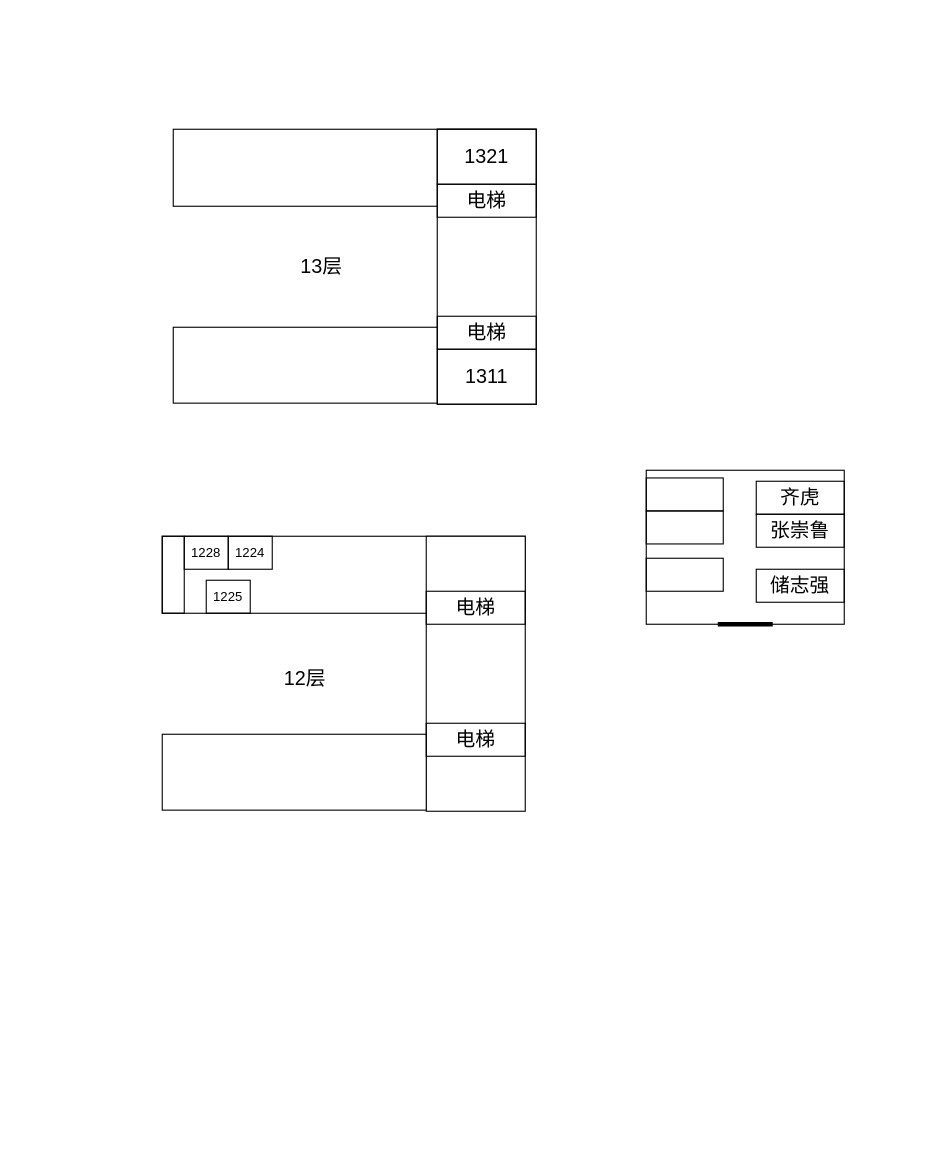
The draw.io diagram page "新疆兵团" (6 of 6) of 红盾.drawio in igaotang/flowchart, before the edit. Source tidied: cells renumbered, new cells numbered last; positions are measured from the earlier drawing's top-left corner, leaving out a move shared by most shapes. Both pictures are drawn from the tidied source at 110%, with x=0, y=0 at pixel (162, 129).
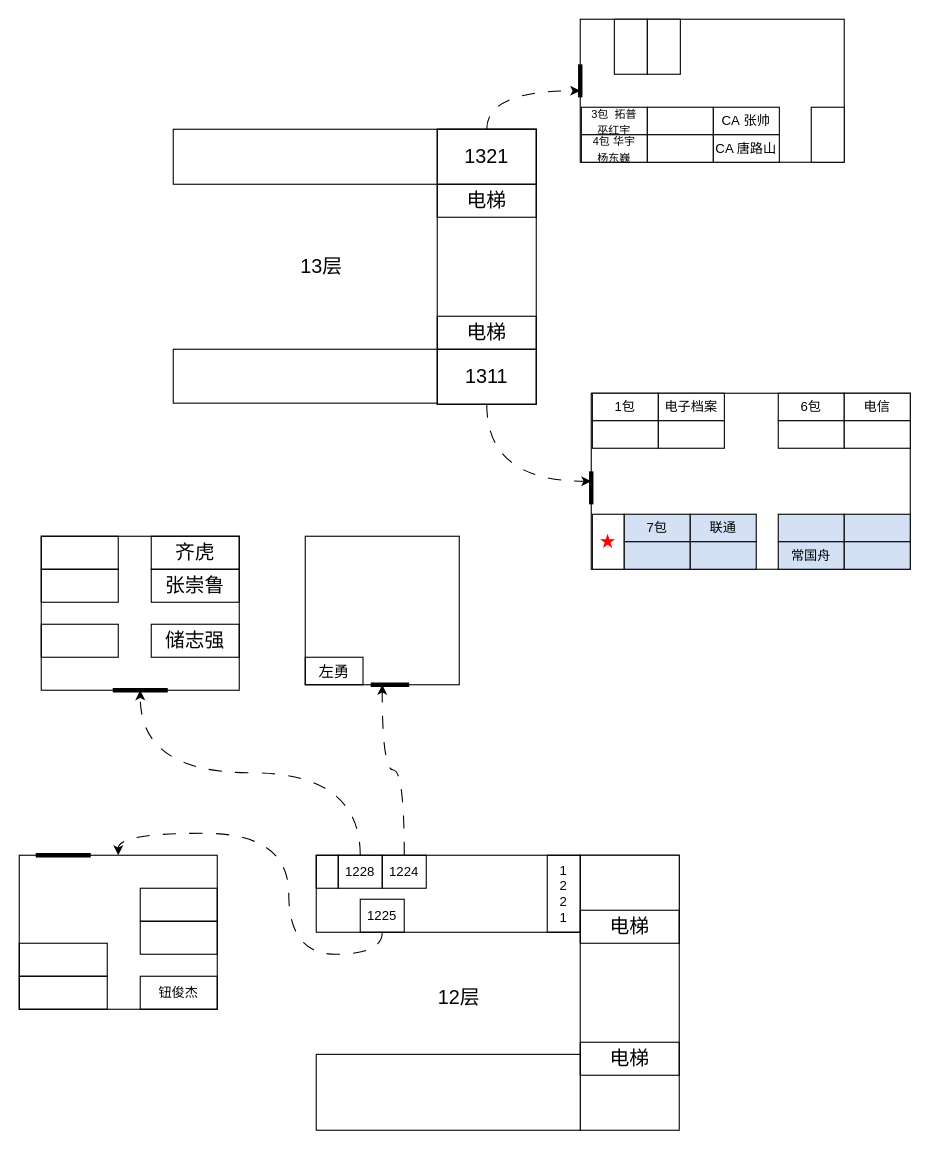
Above is the later version.

Unchanged cells that the change refers to:
```xml
<mxCell id="5" value="&lt;font style=&quot;font-size: 18px;&quot;&gt;1321&lt;/font&gt;" style="rounded=0;whiteSpace=wrap;html=1;fillColor=none;strokeColor=default;" parent="1" vertex="1">
  <mxGeometry x="250" width="90" height="50" as="geometry" />
</mxCell>
<mxCell id="7" value="&lt;font style=&quot;font-size: 18px;&quot;&gt;1311&lt;/font&gt;" style="rounded=0;whiteSpace=wrap;html=1;fillColor=none;strokeColor=default;" parent="1" vertex="1">
  <mxGeometry x="250" y="200" width="90" height="50" as="geometry" />
</mxCell>
```

What changed in the source:
```diff
@@
     <mxCell id="2" style="rounded=0;whiteSpace=wrap;html=1;" parent="1" vertex="1">
-      <mxGeometry x="10" width="330" height="70" as="geometry" />
+      <mxGeometry x="10" width="330" height="50" as="geometry" />
     </mxCell>
@@
     <mxCell id="4" style="rounded=0;whiteSpace=wrap;html=1;" parent="1" vertex="1">
-      <mxGeometry x="10" y="180" width="240" height="69" as="geometry" />
+      <mxGeometry x="10" y="200" width="240" height="49" as="geometry" />
     </mxCell>
+    <mxCell id="28" style="edgeStyle=orthogonalEdgeStyle;rounded=0;jettySize=auto;html=1;exitX=0.5;exitY=0;exitDx=0;exitDy=0;entryX=0;entryY=0.5;entryDx=0;entryDy=0;curved=1;dashed=1;dashPattern=12 12;" parent="1" edge="1" source="5" target="69">
+      <mxGeometry relative="1" as="geometry" />
+    </mxCell>
@@
+    <mxCell id="29" style="edgeStyle=orthogonalEdgeStyle;rounded=0;jettySize=auto;html=1;exitX=0.5;exitY=1;exitDx=0;exitDy=0;curved=1;dashed=1;dashPattern=12 12;" parent="1" edge="1" source="7" target="49">
+      <mxGeometry relative="1" as="geometry" />
+    </mxCell>
@@
-    <mxCell id="9" style="rounded=0;whiteSpace=wrap;html=1;" parent="1" vertex="1">
-      <mxGeometry y="370" width="330" height="70" as="geometry" />
-    </mxCell>
-    <mxCell id="10" style="rounded=0;whiteSpace=wrap;html=1;" parent="1" vertex="1">
-      <mxGeometry x="240" y="370" width="90" height="250" as="geometry" />
-    </mxCell>
-    <mxCell id="11" style="rounded=0;whiteSpace=wrap;html=1;" parent="1" vertex="1">
-      <mxGeometry y="550" width="240" height="69" as="geometry" />
-    </mxCell>
-    <mxCell id="12" style="rounded=0;whiteSpace=wrap;html=1;fillColor=none;strokeColor=default;" parent="1" vertex="1">
-      <mxGeometry y="370" width="20" height="70" as="geometry" />
-    </mxCell>
-    <mxCell id="13" value="&lt;span style=&quot;font-size: 18px;&quot;&gt;电梯&lt;/span&gt;" style="rounded=0;whiteSpace=wrap;html=1;fillColor=none;strokeColor=default;" parent="1" vertex="1">
-      <mxGeometry x="240" y="420" width="90" height="30" as="geometry" />
-    </mxCell>
-    <mxCell id="14" value="&lt;span style=&quot;font-size: 18px;&quot;&gt;电梯&lt;/span&gt;" style="rounded=0;whiteSpace=wrap;html=1;fillColor=none;strokeColor=default;" parent="1" vertex="1">
-      <mxGeometry x="240" y="540" width="90" height="30" as="geometry" />
-    </mxCell>
@@
-    <mxCell id="16" value="&lt;font style=&quot;font-size: 18px;&quot;&gt;12层&lt;/font&gt;" style="rounded=0;whiteSpace=wrap;html=1;fillColor=none;strokeColor=none;" parent="1" vertex="1">
-      <mxGeometry x="85" y="475" width="90" height="50" as="geometry" />
-    </mxCell>
-    <mxCell id="17" value="1228" style="rounded=0;whiteSpace=wrap;html=1;fillColor=none;strokeColor=default;" parent="1" vertex="1">
-      <mxGeometry x="20" y="370" width="40" height="30" as="geometry" />
-    </mxCell>
-    <mxCell id="18" value="1224" style="rounded=0;whiteSpace=wrap;html=1;fillColor=none;strokeColor=default;" parent="1" vertex="1">
-      <mxGeometry x="60" y="370" width="40" height="30" as="geometry" />
-    </mxCell>
-    <mxCell id="19" value="1225" style="rounded=0;whiteSpace=wrap;html=1;fillColor=none;strokeColor=default;" parent="1" vertex="1">
-      <mxGeometry x="40" y="410" width="40" height="30" as="geometry" />
-    </mxCell>
+    <mxCell id="30" style="edgeStyle=orthogonalEdgeStyle;rounded=0;jettySize=auto;html=1;exitX=0.5;exitY=0;exitDx=0;exitDy=0;curved=1;dashed=1;dashPattern=12 12;" parent="1" edge="1" source="17" target="20">
+      <mxGeometry relative="1" as="geometry" />
+    </mxCell>
+    <mxCell id="31" style="edgeStyle=orthogonalEdgeStyle;rounded=0;jettySize=auto;html=1;exitX=0.5;exitY=0;exitDx=0;exitDy=0;curved=1;dashed=1;dashPattern=12 12;" parent="1" edge="1" source="18" target="34">
+      <mxGeometry relative="1" as="geometry" />
+    </mxCell>
+    <mxCell id="32" style="group;" parent="1" vertex="1">
+      <mxGeometry x="-110" y="370" width="180" height="140" as="geometry" />
+    </mxCell>
-    <mxCell id="20" style="rounded=0;whiteSpace=wrap;html=1;" parent="1" vertex="1">
-      <mxGeometry x="440" y="310" width="180" height="140" as="geometry" />
+    <mxCell id="20" style="rounded=0;whiteSpace=wrap;html=1;" parent="32" vertex="1">
+      <mxGeometry width="180" height="140" as="geometry" />
     </mxCell>
-    <mxCell id="21" style="endArrow=none;html=1;rounded=0;strokeWidth=4;" parent="1" edge="1">
+    <mxCell id="21" style="endArrow=none;html=1;rounded=0;strokeWidth=4;" parent="32" edge="1">
       <mxGeometry relative="1" as="geometry">
-        <mxPoint x="505" y="450" as="sourcePoint" />
-        <mxPoint x="555" y="450" as="targetPoint" />
+        <mxPoint x="65" y="140" as="sourcePoint" />
+        <mxPoint x="115" y="140" as="targetPoint" />
       </mxGeometry>
     </mxCell>
-    <mxCell id="22" value="&lt;span style=&quot;font-size: 18px;&quot;&gt;储志强&lt;/span&gt;" style="rounded=0;whiteSpace=wrap;html=1;fillColor=none;strokeColor=default;" parent="1" vertex="1">
-      <mxGeometry x="540" y="400" width="80" height="30" as="geometry" />
+    <mxCell id="22" value="&lt;span style=&quot;font-size: 18px;&quot;&gt;储志强&lt;/span&gt;" style="rounded=0;whiteSpace=wrap;html=1;fillColor=none;strokeColor=default;" parent="32" vertex="1">
+      <mxGeometry x="100" y="80" width="80" height="30" as="geometry" />
     </mxCell>
-    <mxCell id="23" value="&lt;span style=&quot;font-size: 18px;&quot;&gt;齐虎&lt;/span&gt;" style="rounded=0;whiteSpace=wrap;html=1;fillColor=none;strokeColor=default;" parent="1" vertex="1">
-      <mxGeometry x="540" y="320" width="80" height="30" as="geometry" />
+    <mxCell id="23" value="&lt;span style=&quot;font-size: 18px;&quot;&gt;齐虎&lt;/span&gt;" style="rounded=0;whiteSpace=wrap;html=1;fillColor=none;strokeColor=default;" parent="32" vertex="1">
+      <mxGeometry x="100" width="80" height="30" as="geometry" />
     </mxCell>
-    <mxCell id="24" value="&lt;span style=&quot;font-size: 18px;&quot;&gt;张崇鲁&lt;/span&gt;" style="rounded=0;whiteSpace=wrap;html=1;fillColor=none;strokeColor=default;" parent="1" vertex="1">
-      <mxGeometry x="540" y="350" width="80" height="30" as="geometry" />
+    <mxCell id="24" value="&lt;span style=&quot;font-size: 18px;&quot;&gt;张崇鲁&lt;/span&gt;" style="rounded=0;whiteSpace=wrap;html=1;fillColor=none;strokeColor=default;" parent="32" vertex="1">
+      <mxGeometry x="100" y="30" width="80" height="30" as="geometry" />
     </mxCell>
-    <mxCell id="25" style="rounded=0;whiteSpace=wrap;html=1;fillColor=none;strokeColor=default;" parent="1" vertex="1">
-      <mxGeometry x="440" y="317" width="70" height="30" as="geometry" />
+    <mxCell id="25" style="rounded=0;whiteSpace=wrap;html=1;fillColor=none;strokeColor=default;" parent="32" vertex="1">
+      <mxGeometry width="70" height="30" as="geometry" />
     </mxCell>
-    <mxCell id="26" style="rounded=0;whiteSpace=wrap;html=1;fillColor=none;strokeColor=default;" parent="1" vertex="1">
-      <mxGeometry x="440" y="347" width="70" height="30" as="geometry" />
+    <mxCell id="26" style="rounded=0;whiteSpace=wrap;html=1;fillColor=none;strokeColor=default;" parent="32" vertex="1">
+      <mxGeometry y="30" width="70" height="30" as="geometry" />
     </mxCell>
-    <mxCell id="27" style="rounded=0;whiteSpace=wrap;html=1;fillColor=none;strokeColor=default;" parent="1" vertex="1">
-      <mxGeometry x="440" y="390" width="70" height="30" as="geometry" />
+    <mxCell id="27" style="rounded=0;whiteSpace=wrap;html=1;fillColor=none;strokeColor=default;" parent="32" vertex="1">
+      <mxGeometry y="80" width="70" height="30" as="geometry" />
     </mxCell>
+    <mxCell id="33" style="group;" parent="1" vertex="1">
+      <mxGeometry x="130" y="370" width="140" height="135" as="geometry" />
+    </mxCell>
+    <mxCell id="34" style="rounded=0;whiteSpace=wrap;html=1;" parent="33" vertex="1">
+      <mxGeometry width="140" height="135" as="geometry" />
+    </mxCell>
+    <mxCell id="35" style="endArrow=none;html=1;rounded=0;strokeWidth=4;" parent="33" edge="1">
+      <mxGeometry relative="1" as="geometry">
+        <mxPoint x="59.5" y="135" as="sourcePoint" />
+        <mxPoint x="94.5" y="135" as="targetPoint" />
+      </mxGeometry>
+    </mxCell>
+    <mxCell id="36" value="&lt;font style=&quot;font-size: 14px;&quot;&gt;左勇&lt;/font&gt;" style="rounded=0;whiteSpace=wrap;html=1;fillColor=none;strokeColor=default;" parent="33" vertex="1">
+      <mxGeometry y="110" width="52.5" height="25" as="geometry" />
+    </mxCell>
+    <mxCell id="37" style="group;" parent="1" vertex="1">
+      <mxGeometry x="-130" y="660" width="180" height="140" as="geometry" />
+    </mxCell>
+    <mxCell id="38" style="rounded=0;whiteSpace=wrap;html=1;rotation=-180;" parent="37" vertex="1">
+      <mxGeometry width="180" height="140" as="geometry" />
+    </mxCell>
+    <mxCell id="39" style="endArrow=none;html=1;rounded=0;strokeWidth=4;" parent="37" edge="1">
+      <mxGeometry relative="1" as="geometry">
+        <mxPoint x="65" as="sourcePoint" />
+        <mxPoint x="15" as="targetPoint" />
+      </mxGeometry>
+    </mxCell>
+    <mxCell id="40" style="rounded=0;whiteSpace=wrap;html=1;fillColor=none;strokeColor=default;rotation=-180;" parent="37" vertex="1">
+      <mxGeometry y="110" width="80" height="30" as="geometry" />
+    </mxCell>
+    <mxCell id="41" style="rounded=0;whiteSpace=wrap;html=1;fillColor=none;strokeColor=default;rotation=-180;" parent="37" vertex="1">
+      <mxGeometry y="80" width="80" height="30" as="geometry" />
+    </mxCell>
+    <mxCell id="42" value="钮俊杰" style="rounded=0;whiteSpace=wrap;html=1;fillColor=none;strokeColor=default;rotation=0;" parent="37" vertex="1">
+      <mxGeometry x="110" y="110" width="70" height="30" as="geometry" />
+    </mxCell>
+    <mxCell id="43" style="rounded=0;whiteSpace=wrap;html=1;fillColor=none;strokeColor=default;rotation=-180;" parent="37" vertex="1">
+      <mxGeometry x="110" y="60" width="70" height="30" as="geometry" />
+    </mxCell>
+    <mxCell id="44" style="rounded=0;whiteSpace=wrap;html=1;fillColor=none;strokeColor=default;rotation=-180;" parent="37" vertex="1">
+      <mxGeometry x="110" y="30" width="70" height="30" as="geometry" />
+    </mxCell>
+    <mxCell id="45" style="edgeStyle=orthogonalEdgeStyle;rounded=0;jettySize=auto;html=1;exitX=0.5;exitY=1;exitDx=0;exitDy=0;entryX=0.5;entryY=1;entryDx=0;entryDy=0;curved=1;dashed=1;dashPattern=12 12;" parent="1" edge="1" source="19" target="38">
+      <mxGeometry relative="1" as="geometry" />
+    </mxCell>
+    <mxCell id="46" style="group;" parent="1" vertex="1">
+      <mxGeometry x="140" y="660" width="330" height="250" as="geometry" />
+    </mxCell>
+    <mxCell id="9" style="rounded=0;whiteSpace=wrap;html=1;" parent="46" vertex="1">
+      <mxGeometry width="330" height="70" as="geometry" />
+    </mxCell>
+    <mxCell id="10" style="rounded=0;whiteSpace=wrap;html=1;" parent="46" vertex="1">
+      <mxGeometry x="240" width="90" height="250" as="geometry" />
+    </mxCell>
+    <mxCell id="11" style="rounded=0;whiteSpace=wrap;html=1;" parent="46" vertex="1">
+      <mxGeometry y="181" width="240" height="69" as="geometry" />
+    </mxCell>
+    <mxCell id="12" style="rounded=0;whiteSpace=wrap;html=1;fillColor=none;strokeColor=default;" parent="46" vertex="1">
+      <mxGeometry width="20" height="30" as="geometry" />
+    </mxCell>
+    <mxCell id="13" value="&lt;span style=&quot;font-size: 18px;&quot;&gt;电梯&lt;/span&gt;" style="rounded=0;whiteSpace=wrap;html=1;fillColor=none;strokeColor=default;" parent="46" vertex="1">
+      <mxGeometry x="240" y="50" width="90" height="30" as="geometry" />
+    </mxCell>
+    <mxCell id="14" value="&lt;span style=&quot;font-size: 18px;&quot;&gt;电梯&lt;/span&gt;" style="rounded=0;whiteSpace=wrap;html=1;fillColor=none;strokeColor=default;" parent="46" vertex="1">
+      <mxGeometry x="240" y="170" width="90" height="30" as="geometry" />
+    </mxCell>
+    <mxCell id="16" value="&lt;font style=&quot;font-size: 18px;&quot;&gt;12层&lt;/font&gt;" style="rounded=0;whiteSpace=wrap;html=1;fillColor=none;strokeColor=none;" parent="46" vertex="1">
+      <mxGeometry x="85" y="105" width="90" height="50" as="geometry" />
+    </mxCell>
+    <mxCell id="17" value="1228" style="rounded=0;whiteSpace=wrap;html=1;fillColor=none;strokeColor=default;" parent="46" vertex="1">
+      <mxGeometry x="20" width="40" height="30" as="geometry" />
+    </mxCell>
+    <mxCell id="18" value="1224" style="rounded=0;whiteSpace=wrap;html=1;fillColor=none;strokeColor=default;" parent="46" vertex="1">
+      <mxGeometry x="60" width="40" height="30" as="geometry" />
+    </mxCell>
+    <mxCell id="19" value="1225" style="rounded=0;whiteSpace=wrap;html=1;fillColor=none;strokeColor=default;" parent="46" vertex="1">
+      <mxGeometry x="40" y="40" width="40" height="30" as="geometry" />
+    </mxCell>
+    <mxCell id="47" value="1&lt;div&gt;2&lt;div&gt;2&lt;/div&gt;&lt;div&gt;1&lt;/div&gt;&lt;/div&gt;" style="rounded=0;whiteSpace=wrap;html=1;fillColor=none;strokeColor=default;" parent="46" vertex="1">
+      <mxGeometry x="210" width="30" height="70" as="geometry" />
+    </mxCell>
+    <mxCell id="48" style="group;" parent="1" vertex="1">
+      <mxGeometry x="390" y="240" width="290" height="160" as="geometry" />
+    </mxCell>
+    <mxCell id="49" style="rounded=0;whiteSpace=wrap;html=1;" parent="48" vertex="1">
+      <mxGeometry width="290" height="160" as="geometry" />
+    </mxCell>
+    <mxCell id="50" style="endArrow=none;html=1;rounded=0;strokeWidth=4;" parent="48" edge="1">
+      <mxGeometry relative="1" as="geometry">
+        <mxPoint y="71" as="sourcePoint" />
+        <mxPoint y="101" as="targetPoint" />
+      </mxGeometry>
+    </mxCell>
+    <mxCell id="51" value="&lt;font color=&quot;#ff0000&quot; style=&quot;font-size: 18px;&quot;&gt;★&lt;/font&gt;" style="rounded=0;whiteSpace=wrap;html=1;" parent="48" vertex="1">
+      <mxGeometry x="1" y="110" width="29" height="50" as="geometry" />
+    </mxCell>
+    <mxCell id="52" value="7包" style="rounded=0;whiteSpace=wrap;html=1;fillColor=#D4E1F5;" parent="48" vertex="1">
+      <mxGeometry x="30" y="110" width="60" height="25" as="geometry" />
+    </mxCell>
+    <mxCell id="53" style="rounded=0;whiteSpace=wrap;html=1;fillColor=#D4E1F5;" parent="48" vertex="1">
+      <mxGeometry x="30" y="135" width="60" height="25" as="geometry" />
+    </mxCell>
+    <mxCell id="54" value="联通" style="rounded=0;whiteSpace=wrap;html=1;fillColor=#D4E1F5;" parent="48" vertex="1">
+      <mxGeometry x="90" y="110" width="60" height="25" as="geometry" />
+    </mxCell>
+    <mxCell id="55" style="rounded=0;whiteSpace=wrap;html=1;fillColor=#D4E1F5;" parent="48" vertex="1">
+      <mxGeometry x="90" y="135" width="60" height="25" as="geometry" />
+    </mxCell>
+    <mxCell id="56" style="rounded=0;whiteSpace=wrap;html=1;fillColor=#D4E1F5;" parent="48" vertex="1">
+      <mxGeometry x="170" y="110" width="60" height="25" as="geometry" />
+    </mxCell>
+    <mxCell id="57" value="&lt;div&gt;常国舟&lt;/div&gt;" style="rounded=0;whiteSpace=wrap;html=1;fillColor=#D4E1F5;" parent="48" vertex="1">
+      <mxGeometry x="170" y="135" width="60" height="25" as="geometry" />
+    </mxCell>
+    <mxCell id="58" value="1包" style="rounded=0;whiteSpace=wrap;html=1;" parent="48" vertex="1">
+      <mxGeometry x="1" width="60" height="25" as="geometry" />
+    </mxCell>
+    <mxCell id="59" style="rounded=0;whiteSpace=wrap;html=1;" parent="48" vertex="1">
+      <mxGeometry x="1" y="25" width="60" height="25" as="geometry" />
+    </mxCell>
+    <mxCell id="60" value="电子档案" style="rounded=0;whiteSpace=wrap;html=1;" parent="48" vertex="1">
+      <mxGeometry x="61" width="60" height="25" as="geometry" />
+    </mxCell>
+    <mxCell id="61" style="rounded=0;whiteSpace=wrap;html=1;" parent="48" vertex="1">
+      <mxGeometry x="61" y="25" width="60" height="25" as="geometry" />
+    </mxCell>
+    <mxCell id="62" value="6包" style="rounded=0;whiteSpace=wrap;html=1;" parent="48" vertex="1">
+      <mxGeometry x="170" width="60" height="25" as="geometry" />
+    </mxCell>
+    <mxCell id="63" style="rounded=0;whiteSpace=wrap;html=1;" parent="48" vertex="1">
+      <mxGeometry x="170" y="25" width="60" height="25" as="geometry" />
+    </mxCell>
+    <mxCell id="64" value="电信" style="rounded=0;whiteSpace=wrap;html=1;" parent="48" vertex="1">
+      <mxGeometry x="230" width="60" height="25" as="geometry" />
+    </mxCell>
+    <mxCell id="65" style="rounded=0;whiteSpace=wrap;html=1;" parent="48" vertex="1">
+      <mxGeometry x="230" y="25" width="60" height="25" as="geometry" />
+    </mxCell>
+    <mxCell id="66" style="rounded=0;whiteSpace=wrap;html=1;fillColor=#D4E1F5;" parent="48" vertex="1">
+      <mxGeometry x="230" y="110" width="60" height="25" as="geometry" />
+    </mxCell>
+    <mxCell id="67" style="rounded=0;whiteSpace=wrap;html=1;fillColor=#D4E1F5;" parent="48" vertex="1">
+      <mxGeometry x="230" y="135" width="60" height="25" as="geometry" />
+    </mxCell>
+    <mxCell id="68" style="group;" parent="1" vertex="1">
+      <mxGeometry x="380" y="-100" width="240" height="130" as="geometry" />
+    </mxCell>
+    <mxCell id="69" style="rounded=0;whiteSpace=wrap;html=1;" parent="68" vertex="1">
+      <mxGeometry width="240" height="130" as="geometry" />
+    </mxCell>
+    <mxCell id="70" style="endArrow=none;html=1;rounded=0;strokeWidth=4;" parent="68" edge="1">
+      <mxGeometry relative="1" as="geometry">
+        <mxPoint y="41" as="sourcePoint" />
+        <mxPoint y="71" as="targetPoint" />
+      </mxGeometry>
+    </mxCell>
+    <mxCell id="71" value="&lt;font style=&quot;font-size: 10px;&quot;&gt;3包&amp;nbsp; 拓普&lt;/font&gt;&lt;div&gt;&lt;font style=&quot;font-size: 10px;&quot;&gt;巫红宇&lt;/font&gt;&lt;/div&gt;" style="rounded=0;whiteSpace=wrap;html=1;fillColor=#FFFFFF;" parent="68" vertex="1">
+      <mxGeometry x="1" y="80" width="60" height="25" as="geometry" />
+    </mxCell>
+    <mxCell id="72" value="&lt;font style=&quot;font-size: 10px;&quot;&gt;4包&amp;nbsp;华宇&lt;/font&gt;&lt;div&gt;&lt;font style=&quot;font-size: 10px;&quot;&gt;杨东巍&lt;/font&gt;&lt;br&gt;&lt;/div&gt;" style="rounded=0;whiteSpace=wrap;html=1;fillColor=#FFFFFF;" parent="68" vertex="1">
+      <mxGeometry x="1" y="105" width="60" height="25" as="geometry" />
+    </mxCell>
+    <mxCell id="73" style="rounded=0;whiteSpace=wrap;html=1;fillColor=#FFFFFF;" parent="68" vertex="1">
+      <mxGeometry x="61" y="80" width="60" height="25" as="geometry" />
+    </mxCell>
+    <mxCell id="74" style="rounded=0;whiteSpace=wrap;html=1;fillColor=#FFFFFF;" parent="68" vertex="1">
+      <mxGeometry x="61" y="105" width="60" height="25" as="geometry" />
+    </mxCell>
+    <mxCell id="75" value="CA&amp;nbsp;张帅" style="rounded=0;whiteSpace=wrap;html=1;fillColor=#FFFFFF;" parent="68" vertex="1">
+      <mxGeometry x="121" y="80" width="60" height="25" as="geometry" />
+    </mxCell>
+    <mxCell id="76" value="CA 唐路山" style="rounded=0;whiteSpace=wrap;html=1;fillColor=#FFFFFF;" parent="68" vertex="1">
+      <mxGeometry x="121" y="105" width="60" height="25" as="geometry" />
+    </mxCell>
+    <mxCell id="77" style="rounded=0;whiteSpace=wrap;html=1;fillColor=#FFFFFF;" parent="68" vertex="1">
+      <mxGeometry x="210" y="80" width="30" height="50" as="geometry" />
+    </mxCell>
+    <mxCell id="78" style="rounded=0;whiteSpace=wrap;html=1;fillColor=#FFFFFF;" parent="68" vertex="1">
+      <mxGeometry x="31" width="30" height="50" as="geometry" />
+    </mxCell>
+    <mxCell id="79" style="rounded=0;whiteSpace=wrap;html=1;fillColor=#FFFFFF;" parent="68" vertex="1">
+      <mxGeometry x="61" width="30" height="50" as="geometry" />
+    </mxCell>
```
